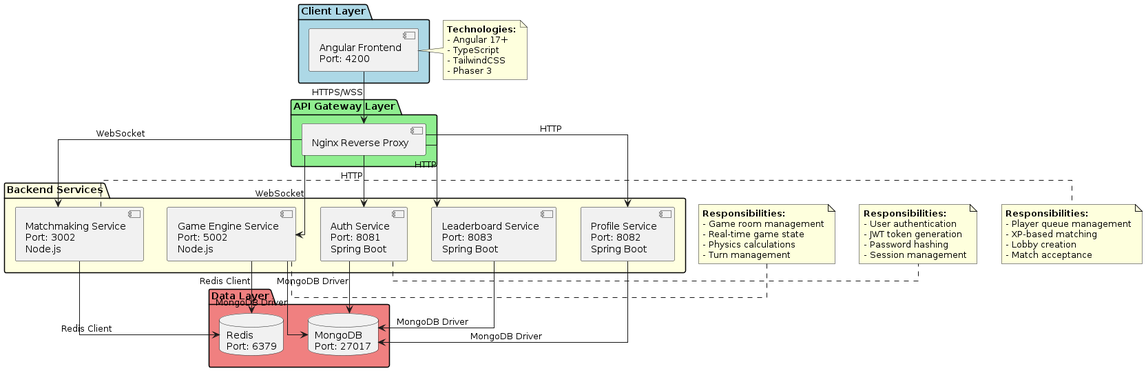
This is docs/03-DIAGRAMS/exported/architecture/System Architecture.png from Buffden/battle-arena, a PlantUML export, as it was before one commit.
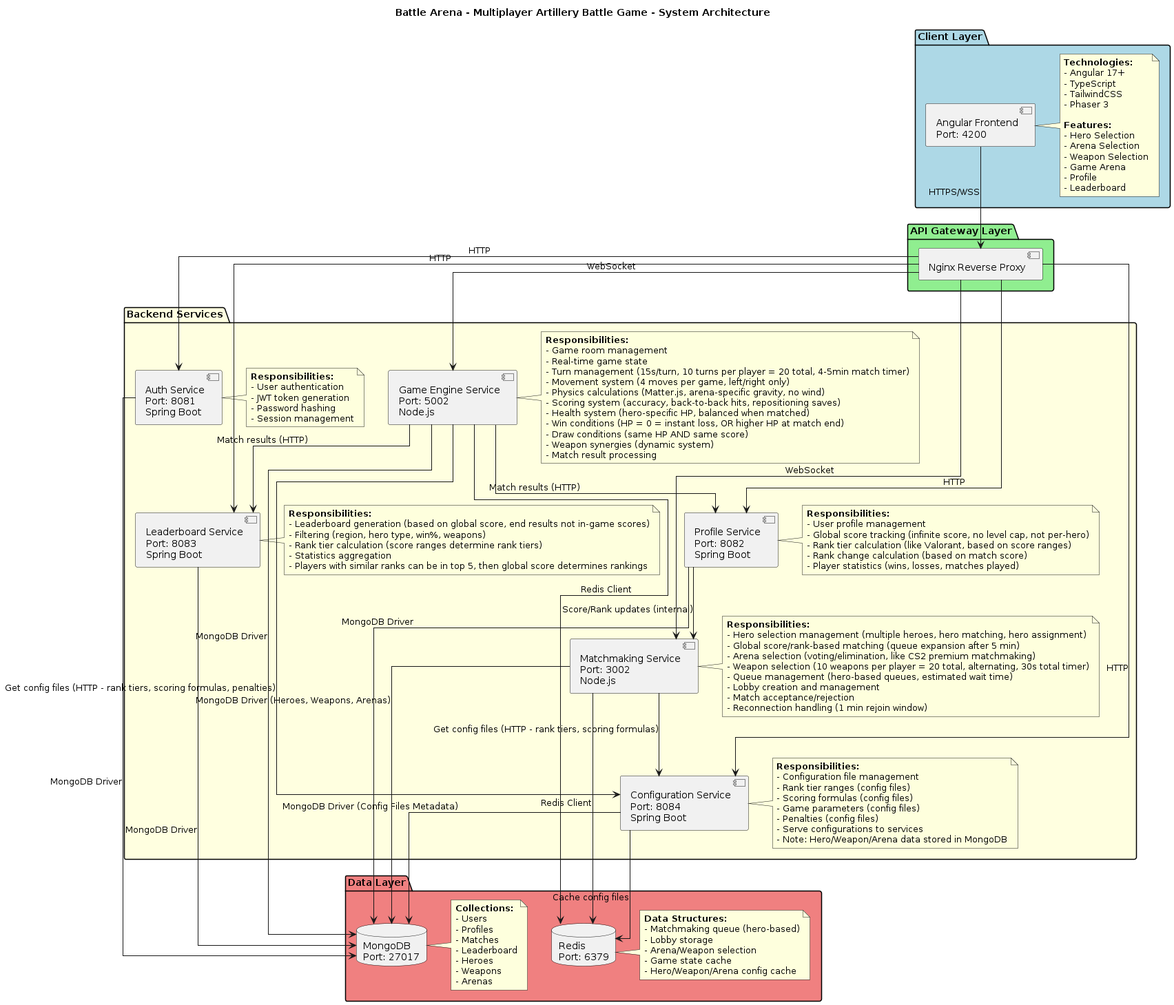
Later version of the same file.

Change to the diagram source:
```diff
@@ -3,8 +3,25 @@
 skinparam classAttributeIconSize 0
 skinparam linetype ortho
 
+title Battle Arena - Multiplayer Artillery Battle Game - System Architecture
+
 package "Client Layer" #LightBlue {
   [Angular Frontend\nPort: 4200] as Frontend
+  note right of Frontend
+    **Technologies:**
+    - Angular 17+
+    - TypeScript
+    - TailwindCSS
+    - Phaser 3
+
+    **Features:**
+    - Hero Selection
+    - Arena Selection
+    - Weapon Selection
+    - Game Arena
+    - Profile
+    - Leaderboard
+  end note
 }
 
 package "API Gateway Layer" #LightGreen {
@@ -17,11 +34,96 @@
   [Leaderboard Service\nPort: 8083\nSpring Boot] as Leaderboard
   [Matchmaking Service\nPort: 3002\nNode.js] as Matchmaking
   [Game Engine Service\nPort: 5002\nNode.js] as GameEngine
+  [Configuration Service\nPort: 8084\nSpring Boot] as Config
+
+  note right of Auth
+    **Responsibilities:**
+    - User authentication
+    - JWT token generation
+    - Password hashing
+    - Session management
+  end note
+
+  note right of Profile
+    **Responsibilities:**
+    - User profile management
+    - Global score tracking (infinite score, no level cap, not per-hero)
+    - Rank tier calculation (like Valorant, based on score ranges)
+    - Rank change calculation (based on match score)
+    - Player statistics (wins, losses, matches played)
+  end note
+
+  note right of Leaderboard
+    **Responsibilities:**
+    - Leaderboard generation (based on global score, end results not in-game scores)
+    - Filtering (region, hero type, win%, weapons)
+    - Rank tier calculation (score ranges determine rank tiers)
+    - Statistics aggregation
+    - Players with similar ranks can be in top 5, then global score determines rankings
+  end note
+
+  note right of Matchmaking
+    **Responsibilities:**
+    - Hero selection management (multiple heroes, hero matching, hero assignment)
+    - Global score/rank-based matching (queue expansion after 5 min)
+    - Arena selection (voting/elimination, like CS2 premium matchmaking)
+    - Weapon selection (10 weapons per player = 20 total, alternating, 30s total timer)
+    - Queue management (hero-based queues, estimated wait time)
+    - Lobby creation and management
+    - Match acceptance/rejection
+    - Reconnection handling (1 min rejoin window)
+  end note
+
+  note right of GameEngine
+    **Responsibilities:**
+    - Game room management
+    - Real-time game state
+    - Turn management (15s/turn, 10 turns per player = 20 total, 4-5min match timer)
+    - Movement system (4 moves per game, left/right only)
+    - Physics calculations (Matter.js, arena-specific gravity, no wind)
+    - Scoring system (accuracy, back-to-back hits, repositioning saves)
+    - Health system (hero-specific HP, balanced when matched)
+    - Win conditions (HP = 0 = instant loss, OR higher HP at match end)
+    - Draw conditions (same HP AND same score)
+    - Weapon synergies (dynamic system)
+    - Match result processing
+  end note
+
+  note right of Config
+    **Responsibilities:**
+    - Configuration file management
+    - Rank tier ranges (config files)
+    - Scoring formulas (config files)
+    - Game parameters (config files)
+    - Penalties (config files)
+    - Serve configurations to services
+    - Note: Hero/Weapon/Arena data stored in MongoDB
+  end note
 }
 
 package "Data Layer" #LightCoral {
   database "MongoDB\nPort: 27017" as MongoDB
   database "Redis\nPort: 6379" as Redis
+
+  note right of MongoDB
+    **Collections:**
+    - Users
+    - Profiles
+    - Matches
+    - Leaderboard
+    - Heroes
+    - Weapons
+    - Arenas
+  end note
+
+  note right of Redis
+    **Data Structures:**
+    - Matchmaking queue (hero-based)
+    - Lobby storage
+    - Arena/Weapon selection
+    - Game state cache
+    - Hero/Weapon/Arena config cache
+  end note
 }
 
 Frontend --> Gateway : HTTPS/WSS
@@ -30,44 +132,22 @@
 Gateway --> Leaderboard : HTTP
 Gateway --> Matchmaking : WebSocket
 Gateway --> GameEngine : WebSocket
+Gateway --> Config : HTTP
 
 Auth --> MongoDB : MongoDB Driver
 Profile --> MongoDB : MongoDB Driver
 Leaderboard --> MongoDB : MongoDB Driver
 Matchmaking --> Redis : Redis Client
+Matchmaking --> MongoDB : MongoDB Driver (Heroes, Weapons, Arenas)
 GameEngine --> MongoDB : MongoDB Driver
 GameEngine --> Redis : Redis Client
+Config --> MongoDB : MongoDB Driver (Config Files Metadata)
 
-note right of Frontend
-  **Technologies:**
-  - Angular 17+
-  - TypeScript
-  - TailwindCSS
-  - Phaser 3
-end note
-
-note right of Auth
-  **Responsibilities:**
-  - User authentication
-  - JWT token generation
-  - Password hashing
-  - Session management
-end note
-
-note right of Matchmaking
-  **Responsibilities:**
-  - Player queue management
-  - XP-based matching
-  - Lobby creation
-  - Match acceptance
-end note
-
-note right of GameEngine
-  **Responsibilities:**
-  - Game room management
-  - Real-time game state
-  - Physics calculations
-  - Turn management
-end note
+Profile --> Matchmaking : Score/Rank updates (internal)
+GameEngine --> Profile : Match results (HTTP)
+GameEngine --> Leaderboard : Match results (HTTP)
+Matchmaking --> Config : Get config files (HTTP - rank tiers, scoring formulas)
+GameEngine --> Config : Get config files (HTTP - rank tiers, scoring formulas, penalties)
+Config --> Redis : Cache config files
 
 @enduml
```
